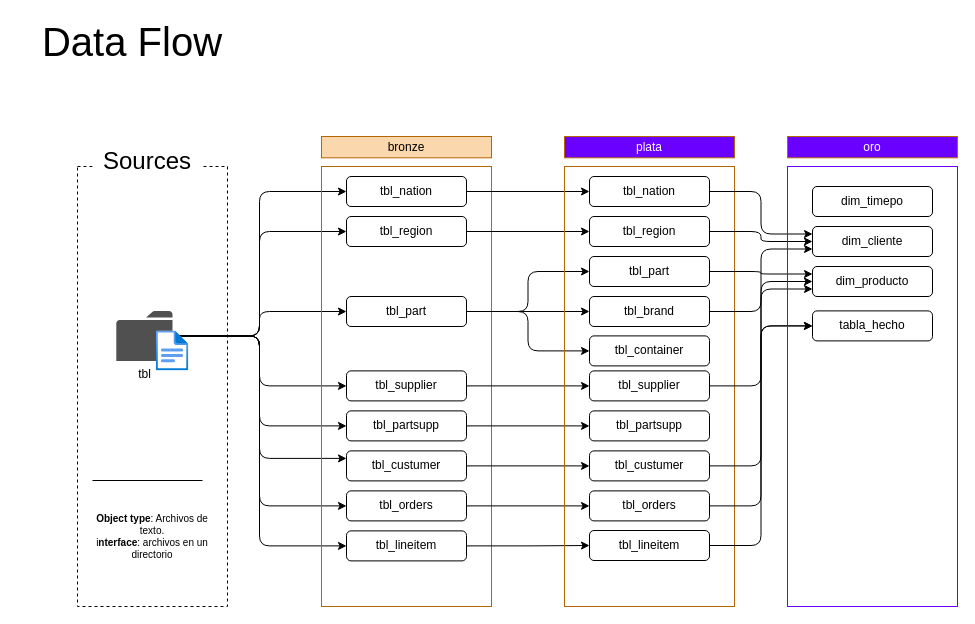
The draw.io diagram docs/dataflow.drawio in CaletOrtiz/sql-datawarehouse-project, before the edit. Source tidied: cells renumbered, new cells numbered last; positions are measured from the earlier drawing's top-left corner, leaving out a move shared by most shapes. Both pictures are drawn from the tidied source at 100%, with x=0, y=0 at pixel (17, 26).
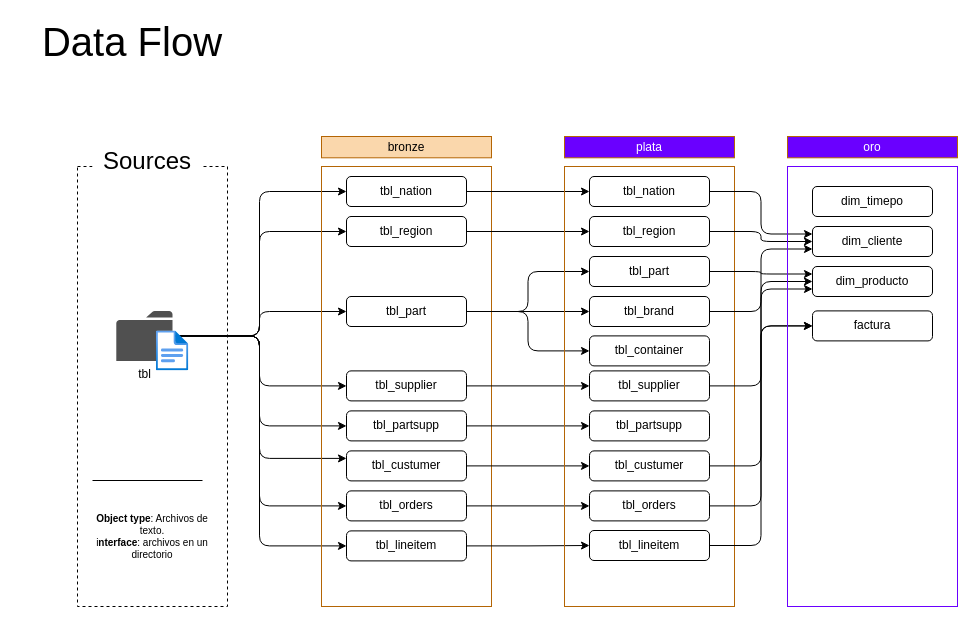
The same diagram, later.

The edit, as a diff of the source:
```diff
@@
-    <mxCell id="62" value="tabla_hecho" style="rounded=1;whiteSpace=wrap;html=1;" parent="1" vertex="1">
+    <mxCell id="62" value="factura" style="rounded=1;whiteSpace=wrap;html=1;" parent="1" vertex="1">
       <mxGeometry x="795" y="284.4" width="120" height="30" as="geometry" />
     </mxCell>
```
